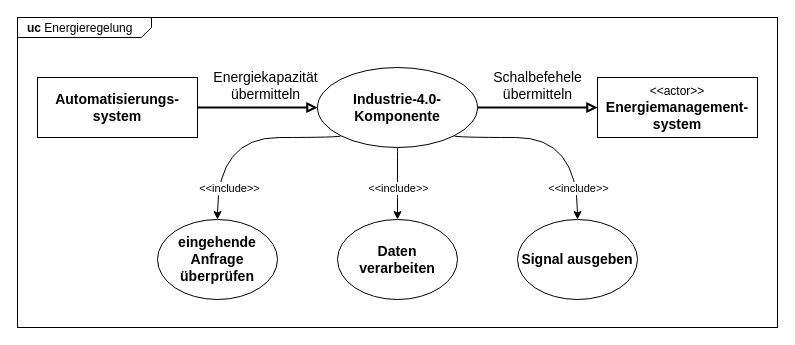
usr-fritz/test keeps this draw.io diagram as uc_Energieregelung.drawio. Above is the earlier version. Source tidied: cells renumbered, new cells numbered last; positions are measured from the earlier drawing's top-left corner, leaving out a move shared by most shapes. Both pictures are drawn from the tidied source at 100%, with x=0, y=0 at pixel (17, 17).
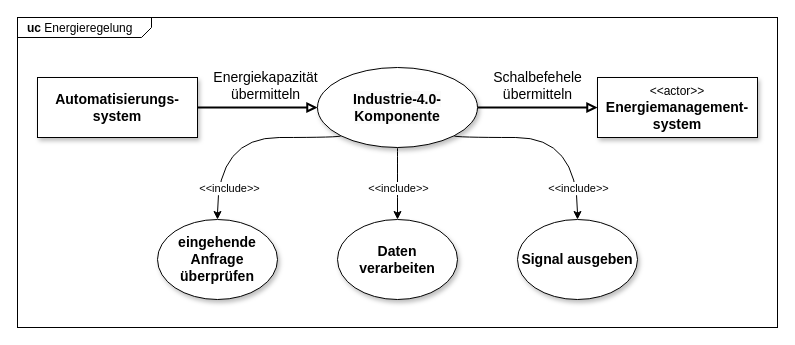
Above is the later version.

The edit, as a diff of the source:
```diff
@@
+    <mxCell id="18" value="&lt;p style=&quot;margin: 0px ; margin-top: 4px ; margin-left: 10px ; text-align: left&quot;&gt;&lt;b&gt;uc &lt;/b&gt;Energieregelung&lt;/p&gt;" style="html=1;strokeWidth=1;shape=mxgraph.sysml.package;html=1;overflow=fill;whiteSpace=wrap;fillColor=none;gradientColor=none;fontSize=12;align=center;labelX=134.5;" parent="1" vertex="1">
+      <mxGeometry width="760" height="310" as="geometry" />
+    </mxCell>
@@
-    <mxCell id="4" value="Automatisierungs-system" style="rounded=0;whiteSpace=wrap;html=1;fontStyle=1;fontSize=14;" parent="1" vertex="1">
+    <mxCell id="4" value="Automatisierungs-system" style="rounded=0;whiteSpace=wrap;html=1;fontStyle=1;fontSize=14;shadow=1;" parent="1" vertex="1">
       <mxGeometry x="20" y="60" width="160" height="60" as="geometry" />
     </mxCell>
@@
-    <mxCell id="7" value="&lt;span style=&quot;font-weight: normal;&quot;&gt;&lt;font style=&quot;font-size: 12px;&quot;&gt;&amp;lt;&amp;lt;actor&amp;gt;&amp;gt;&lt;/font&gt;&lt;/span&gt;&lt;br&gt;Energiemanagement-system" style="rounded=0;whiteSpace=wrap;html=1;fontStyle=1;fontSize=14;" parent="1" vertex="1">
+    <mxCell id="7" value="&lt;span style=&quot;font-weight: normal;&quot;&gt;&lt;font style=&quot;font-size: 12px;&quot;&gt;&amp;lt;&amp;lt;actor&amp;gt;&amp;gt;&lt;/font&gt;&lt;/span&gt;&lt;br&gt;Energiemanagement-system" style="rounded=0;whiteSpace=wrap;html=1;fontStyle=1;fontSize=14;shadow=1;" parent="1" vertex="1">
       <mxGeometry x="580" y="60" width="160" height="60" as="geometry" />
     </mxCell>
-    <mxCell id="8" value="&lt;b style=&quot;font-size: 14px;&quot;&gt;eingehende Anfrage&lt;br&gt;überprüfen&lt;/b&gt;" style="ellipse;whiteSpace=wrap;html=1;" parent="1" vertex="1">
+    <mxCell id="8" value="&lt;b style=&quot;font-size: 14px;&quot;&gt;eingehende Anfrage&lt;br&gt;überprüfen&lt;/b&gt;" style="ellipse;whiteSpace=wrap;html=1;shadow=1;" parent="1" vertex="1">
       <mxGeometry x="140" y="202" width="120" height="80" as="geometry" />
     </mxCell>
-    <mxCell id="9" value="&lt;span style=&quot;font-size: 14px;&quot;&gt;&lt;b&gt;Daten verarbeiten&lt;/b&gt;&lt;/span&gt;" style="ellipse;whiteSpace=wrap;html=1;" parent="1" vertex="1">
+    <mxCell id="9" value="&lt;span style=&quot;font-size: 14px;&quot;&gt;&lt;b&gt;Daten verarbeiten&lt;/b&gt;&lt;/span&gt;" style="ellipse;whiteSpace=wrap;html=1;shadow=1;" parent="1" vertex="1">
       <mxGeometry x="320" y="202" width="120" height="80" as="geometry" />
     </mxCell>
-    <mxCell id="10" value="&lt;span style=&quot;font-size: 14px;&quot;&gt;&lt;b&gt;Signal ausgeben&lt;/b&gt;&lt;/span&gt;" style="ellipse;whiteSpace=wrap;html=1;" parent="1" vertex="1">
+    <mxCell id="10" value="&lt;span style=&quot;font-size: 14px;&quot;&gt;&lt;b&gt;Signal ausgeben&lt;/b&gt;&lt;/span&gt;" style="ellipse;whiteSpace=wrap;html=1;shadow=1;" parent="1" vertex="1">
       <mxGeometry x="500" y="202" width="120" height="80" as="geometry" />
     </mxCell>
@@
-    <mxCell id="17" value="&lt;span style=&quot;color: rgb(0, 0, 0); font-family: Helvetica; font-size: 14px; font-style: normal; font-variant-ligatures: normal; font-variant-caps: normal; font-weight: 700; letter-spacing: normal; orphans: 2; text-align: center; text-indent: 0px; text-transform: none; widows: 2; word-spacing: 0px; -webkit-text-stroke-width: 0px; background-color: rgb(251, 251, 251); text-decoration-thickness: initial; text-decoration-style: initial; text-decoration-color: initial; float: none; display: inline !important;&quot;&gt;Industrie-4.0-Komponente&lt;/span&gt;" style="ellipse;whiteSpace=wrap;html=1;" parent="1" vertex="1">
+    <mxCell id="17" value="&lt;span style=&quot;color: rgb(0, 0, 0); font-family: Helvetica; font-size: 14px; font-style: normal; font-variant-ligatures: normal; font-variant-caps: normal; font-weight: 700; letter-spacing: normal; orphans: 2; text-align: center; text-indent: 0px; text-transform: none; widows: 2; word-spacing: 0px; -webkit-text-stroke-width: 0px; background-color: rgb(251, 251, 251); text-decoration-thickness: initial; text-decoration-style: initial; text-decoration-color: initial; float: none; display: inline !important;&quot;&gt;Industrie-4.0-Komponente&lt;/span&gt;" style="ellipse;whiteSpace=wrap;html=1;shadow=1;" parent="1" vertex="1">
       <mxGeometry x="300" y="50" width="160" height="80" as="geometry" />
     </mxCell>
-    <mxCell id="18" value="&lt;p style=&quot;margin: 0px ; margin-top: 4px ; margin-left: 10px ; text-align: left&quot;&gt;&lt;b&gt;uc &lt;/b&gt;Energieregelung&lt;/p&gt;" style="html=1;strokeWidth=1;shape=mxgraph.sysml.package;html=1;overflow=fill;whiteSpace=wrap;fillColor=none;gradientColor=none;fontSize=12;align=center;labelX=134.5;" parent="1" vertex="1">
-      <mxGeometry width="760" height="310" as="geometry" />
-    </mxCell>
```
